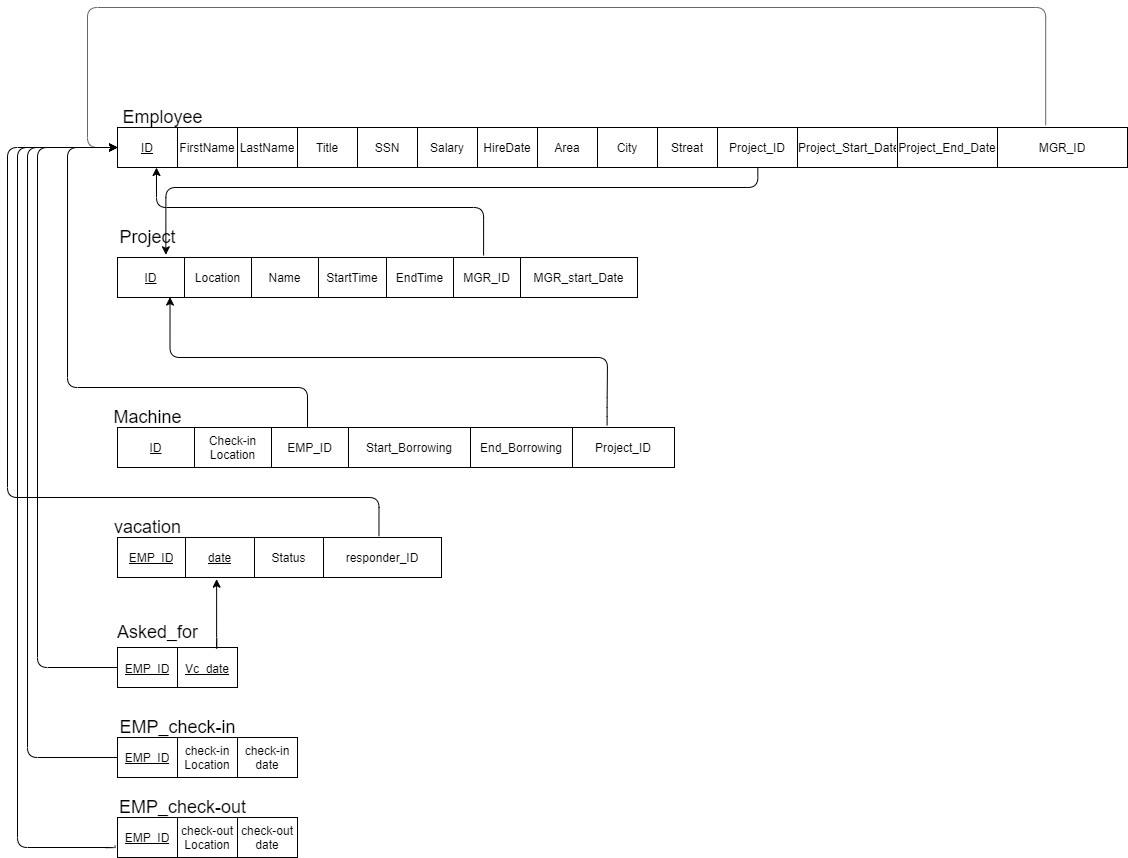
Before: schema.png, a diagram exported from draw.io (aymanred121/IGEC-Logging-App-Project). Source tidied: cells renumbered, new cells last; positions are measured from the earlier drawing's top-left corner, leaving out a move shared by most shapes.
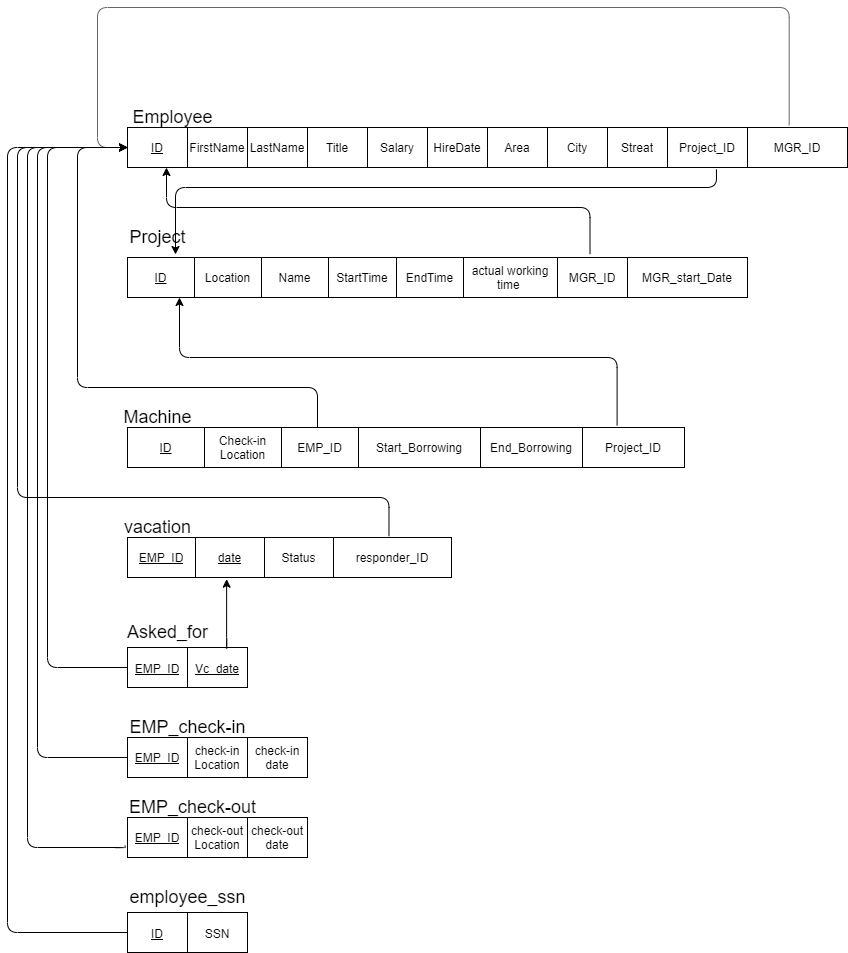
Later version of the same file.

Commit message:
schema waiting to be reviewed (BCNF)

Diff of the diagram source:
```diff
@@ -2,11 +2,11 @@
   <root>
     <mxCell id="0" />
     <mxCell id="1" parent="0" />
-    <mxCell id="2" style="shape=table;startSize=0;" parent="1" vertex="1">
-      <mxGeometry x="110" y="120" width="1010" height="40" as="geometry" />
+    <mxCell id="2" style="shape=table;startSize=0;fillColor=default;strokeColor=default;fontColor=default;" parent="1" vertex="1">
+      <mxGeometry x="110" y="120" width="720" height="40" as="geometry" />
     </mxCell>
     <mxCell id="3" style="shape=partialRectangle;fillColor=none;top=0;left=0;bottom=0;right=0;points=[[0,0.5],[1,0.5]];portConstraint=eastwest;" parent="2" vertex="1">
-      <mxGeometry width="1010" height="40" as="geometry" />
+      <mxGeometry width="720" height="40" as="geometry" />
     </mxCell>
     <mxCell id="4" value="&lt;u&gt;ID&lt;/u&gt;" style="shape=partialRectangle;html=1;whiteSpace=wrap;overflow=hidden;fillColor=none;top=0;left=0;bottom=0;right=0;" parent="3" vertex="1">
       <mxGeometry width="60" height="40" as="geometry" />
@@ -20,40 +20,31 @@
     <mxCell id="7" value="Title" style="shape=partialRectangle;html=1;whiteSpace=wrap;overflow=hidden;fillColor=none;top=0;left=0;bottom=0;right=0;" parent="3" vertex="1">
       <mxGeometry x="180" width="60" height="40" as="geometry" />
     </mxCell>
-    <mxCell id="8" value="SSN" style="shape=partialRectangle;html=1;whiteSpace=wrap;overflow=hidden;fillColor=none;top=0;left=0;bottom=0;right=0;" parent="3" vertex="1">
-      <mxGeometry x="240" width="60" height="40" as="geometry" />
-    </mxCell>
     <mxCell id="9" value="Salary" style="shape=partialRectangle;html=1;whiteSpace=wrap;overflow=hidden;fillColor=none;top=0;left=0;bottom=0;right=0;" parent="3" vertex="1">
-      <mxGeometry x="300" width="60" height="40" as="geometry" />
+      <mxGeometry x="240" width="60" height="40" as="geometry" />
     </mxCell>
     <mxCell id="10" value="HireDate" style="shape=partialRectangle;html=1;whiteSpace=wrap;overflow=hidden;fillColor=none;top=0;left=0;bottom=0;right=0;" parent="3" vertex="1">
-      <mxGeometry x="360" width="60" height="40" as="geometry" />
+      <mxGeometry x="300" width="60" height="40" as="geometry" />
     </mxCell>
     <mxCell id="11" value="Area" style="shape=partialRectangle;html=1;whiteSpace=wrap;overflow=hidden;fillColor=none;top=0;left=0;bottom=0;right=0;" parent="3" vertex="1">
-      <mxGeometry x="420" width="60" height="40" as="geometry" />
+      <mxGeometry x="360" width="60" height="40" as="geometry" />
     </mxCell>
     <mxCell id="12" value="City" style="shape=partialRectangle;html=1;whiteSpace=wrap;overflow=hidden;fillColor=none;top=0;left=0;bottom=0;right=0;" parent="3" vertex="1">
-      <mxGeometry x="480" width="60" height="40" as="geometry" />
+      <mxGeometry x="420" width="60" height="40" as="geometry" />
     </mxCell>
     <mxCell id="13" value="Streat" style="shape=partialRectangle;html=1;whiteSpace=wrap;overflow=hidden;fillColor=none;top=0;left=0;bottom=0;right=0;" parent="3" vertex="1">
-      <mxGeometry x="540" width="60" height="40" as="geometry" />
+      <mxGeometry x="480" width="60" height="40" as="geometry" />
     </mxCell>
     <mxCell id="14" value="Project_ID" style="shape=partialRectangle;html=1;whiteSpace=wrap;overflow=hidden;fillColor=none;top=0;left=0;bottom=0;right=0;" parent="3" vertex="1">
-      <mxGeometry x="600" width="80" height="40" as="geometry" />
+      <mxGeometry x="540" width="80" height="40" as="geometry" />
     </mxCell>
-    <mxCell id="15" value="Project_Start_Date" style="shape=partialRectangle;html=1;whiteSpace=wrap;overflow=hidden;fillColor=none;top=0;left=0;bottom=0;right=0;" parent="3" vertex="1">
-      <mxGeometry x="680" width="100" height="40" as="geometry" />
-    </mxCell>
-    <mxCell id="16" value="Project_End_Date" style="shape=partialRectangle;html=1;whiteSpace=wrap;overflow=hidden;fillColor=none;top=0;left=0;bottom=0;right=0;" parent="3" vertex="1">
-      <mxGeometry x="780" width="100" height="40" as="geometry" />
-    </mxCell>
     <mxCell id="17" value="MGR_ID" style="shape=partialRectangle;html=1;whiteSpace=wrap;overflow=hidden;fillColor=none;top=0;left=0;bottom=0;right=0;" parent="3" vertex="1">
-      <mxGeometry x="880" width="130" height="40" as="geometry" />
+      <mxGeometry x="620" width="100" height="40" as="geometry" />
     </mxCell>
     <mxCell id="18" style="edgeStyle=segmentEdgeStyle;endArrow=classic;html=1;strokeColor=#666666;strokeWidth=1;labelBackgroundColor=default;fontColor=default;fillColor=#f5f5f5;exitX=0.919;exitY=-0.055;exitDx=0;exitDy=0;exitPerimeter=0;entryX=0;entryY=0.5;entryDx=0;entryDy=0;" parent="2" edge="1" source="3" target="3">
       <mxGeometry relative="1" as="geometry">
         <Array as="points">
-          <mxPoint x="928" y="-120" />
+          <mxPoint x="662" y="-120" />
           <mxPoint x="-30" y="-120" />
           <mxPoint x="-30" y="20" />
         </Array>
@@ -62,11 +53,11 @@
     <mxCell id="19" value="&lt;font style=&quot;font-size: 18px&quot;&gt;Employee&lt;/font&gt;" style="text;html=1;align=center;verticalAlign=middle;strokeColor=none;fontColor=default;" parent="1" vertex="1">
       <mxGeometry x="105" y="100" width="100" height="20" as="geometry" />
     </mxCell>
-    <mxCell id="20" style="shape=table;startSize=0;" parent="1" vertex="1">
-      <mxGeometry x="110" y="250" width="520" height="40" as="geometry" />
+    <mxCell id="20" style="shape=table;startSize=0;fillColor=default;strokeColor=default;fontColor=default;" parent="1" vertex="1">
+      <mxGeometry x="110" y="250" width="620" height="40" as="geometry" />
     </mxCell>
     <mxCell id="21" style="shape=partialRectangle;fillColor=none;top=0;left=0;bottom=0;right=0;points=[[0,0.5],[1,0.5]];portConstraint=eastwest;" parent="20" vertex="1">
-      <mxGeometry width="520" height="40" as="geometry" />
+      <mxGeometry width="620" height="40" as="geometry" />
     </mxCell>
     <mxCell id="22" value="&lt;u&gt;ID&lt;/u&gt;" style="shape=partialRectangle;html=1;whiteSpace=wrap;overflow=hidden;fillColor=none;top=0;left=0;bottom=0;right=0;" parent="21" vertex="1">
       <mxGeometry width="67" height="40" as="geometry" />
@@ -80,14 +71,17 @@
     <mxCell id="25" value="StartTime" style="shape=partialRectangle;html=1;whiteSpace=wrap;overflow=hidden;fillColor=none;top=0;left=0;bottom=0;right=0;" parent="21" vertex="1">
       <mxGeometry x="201" width="68" height="40" as="geometry" />
     </mxCell>
-    <mxCell id="26" value="EndTime" style="shape=partialRectangle;html=1;whiteSpace=wrap;overflow=hidden;fillColor=none;top=0;left=0;bottom=0;right=0;" parent="21" vertex="1">
+    <mxCell id="26" value="EndTime" style="shape=partialRectangle;html=1;whiteSpace=wrap;overflow=hidden;fillColor=none;top=0;left=0;bottom=0;right=0;strokeColor=default;fontColor=default;" parent="21" vertex="1">
       <mxGeometry x="269" width="67" height="40" as="geometry" />
     </mxCell>
+    <mxCell id="72" value="actual working time&amp;nbsp;" style="shape=partialRectangle;html=1;whiteSpace=wrap;overflow=hidden;fillColor=none;top=0;left=0;bottom=0;right=0;" parent="21" vertex="1">
+      <mxGeometry x="336" width="94" height="40" as="geometry" />
+    </mxCell>
     <mxCell id="27" value="MGR_ID" style="shape=partialRectangle;html=1;whiteSpace=wrap;overflow=hidden;fillColor=none;top=0;left=0;bottom=0;right=0;" parent="21" vertex="1">
-      <mxGeometry x="336" width="67" height="40" as="geometry" />
+      <mxGeometry x="430" width="70" height="40" as="geometry" />
     </mxCell>
     <mxCell id="28" value="MGR_start_Date" style="shape=partialRectangle;html=1;whiteSpace=wrap;overflow=hidden;fillColor=none;top=0;left=0;bottom=0;right=0;" parent="21" vertex="1">
-      <mxGeometry x="403" width="117" height="40" as="geometry" />
+      <mxGeometry x="500" width="120" height="40" as="geometry" />
     </mxCell>
     <mxCell id="29" value="&lt;font style=&quot;font-size: 18px&quot;&gt;Project&lt;/font&gt;" style="text;html=1;align=center;verticalAlign=middle;strokeColor=none;fontColor=default;" parent="1" vertex="1">
       <mxGeometry x="105" y="220" width="70" height="20" as="geometry" />
@@ -119,11 +113,11 @@
     <mxCell id="38" value="&lt;font style=&quot;font-size: 18px&quot;&gt;Machine&lt;/font&gt;" style="text;html=1;align=center;verticalAlign=middle;strokeColor=none;" parent="1" vertex="1">
       <mxGeometry x="100" y="400" width="80" height="20" as="geometry" />
     </mxCell>
-    <mxCell id="39" style="edgeStyle=segmentEdgeStyle;endArrow=classic;html=1;strokeColor=#000000;strokeWidth=1;exitX=0.704;exitY=-0.05;exitDx=0;exitDy=0;exitPerimeter=0;labelBackgroundColor=default;fontColor=default;" parent="1" edge="1" source="21">
+    <mxCell id="39" style="edgeStyle=segmentEdgeStyle;endArrow=classic;html=1;strokeColor=#000000;strokeWidth=1;exitX=0.746;exitY=-0.085;exitDx=0;exitDy=0;exitPerimeter=0;labelBackgroundColor=default;fontColor=default;" parent="1" edge="1" source="21">
       <mxGeometry relative="1" as="geometry">
         <mxPoint x="149" y="160" as="targetPoint" />
         <Array as="points">
-          <mxPoint x="476" y="200" />
+          <mxPoint x="573" y="200" />
           <mxPoint x="149" y="200" />
         </Array>
       </mxGeometry>
@@ -137,20 +131,21 @@
         </Array>
       </mxGeometry>
     </mxCell>
-    <mxCell id="41" style="edgeStyle=segmentEdgeStyle;endArrow=classic;html=1;strokeColor=#000000;strokeWidth=1;exitX=0.879;exitY=-0.054;exitDx=0;exitDy=0;exitPerimeter=0;entryX=0.101;entryY=0.989;entryDx=0;entryDy=0;entryPerimeter=0;" parent="1" edge="1" source="31" target="21">
+    <mxCell id="41" style="edgeStyle=segmentEdgeStyle;endArrow=classic;html=1;strokeColor=#000000;strokeWidth=1;exitX=0.879;exitY=-0.054;exitDx=0;exitDy=0;exitPerimeter=0;labelBackgroundColor=default;fontColor=default;" parent="1" edge="1" source="31">
       <mxGeometry relative="1" as="geometry">
+        <mxPoint x="162" y="290" as="targetPoint" />
         <Array as="points">
-          <mxPoint x="600" y="400" />
-          <mxPoint x="600" y="380" />
           <mxPoint x="600" y="350" />
           <mxPoint x="162" y="350" />
+          <mxPoint x="162" y="290" />
         </Array>
       </mxGeometry>
     </mxCell>
-    <mxCell id="42" style="edgeStyle=segmentEdgeStyle;endArrow=classic;html=1;strokeColor=#000000;strokeWidth=1;entryX=0.093;entryY=-0.068;entryDx=0;entryDy=0;entryPerimeter=0;labelBackgroundColor=default;fontColor=default;exitX=0.634;exitY=0.989;exitDx=0;exitDy=0;exitPerimeter=0;" parent="1" edge="1" source="3" target="21">
+    <mxCell id="42" style="edgeStyle=segmentEdgeStyle;endArrow=classic;html=1;strokeColor=#000000;strokeWidth=1;labelBackgroundColor=default;fontColor=default;exitX=0.818;exitY=1.045;exitDx=0;exitDy=0;exitPerimeter=0;" parent="1" edge="1" source="3">
       <mxGeometry relative="1" as="geometry">
+        <mxPoint x="158" y="247" as="targetPoint" />
         <Array as="points">
-          <mxPoint x="750" y="180" />
+          <mxPoint x="699" y="180" />
           <mxPoint x="158" y="180" />
         </Array>
       </mxGeometry>
@@ -268,5 +263,28 @@
         </Array>
       </mxGeometry>
     </mxCell>
+    <mxCell id="73" value="employee_ssn" style="text;html=1;align=center;verticalAlign=middle;strokeColor=none;fillColor=none;fontSize=18;fontColor=default;" parent="1" vertex="1">
+      <mxGeometry x="105" y="875" width="130" height="30" as="geometry" />
+    </mxCell>
+    <mxCell id="74" style="shape=table;startSize=0;fontSize=18;fontColor=default;strokeColor=default;fillColor=default;" parent="1" vertex="1">
+      <mxGeometry x="110" y="905" width="120" height="40" as="geometry" />
+    </mxCell>
+    <mxCell id="75" style="shape=partialRectangle;fillColor=none;top=0;left=0;bottom=0;right=0;points=[[0,0.5],[1,0.5]];portConstraint=eastwest;fontSize=18;fontColor=default;strokeColor=default;" parent="74" vertex="1">
+      <mxGeometry width="120" height="40" as="geometry" />
+    </mxCell>
+    <mxCell id="76" value="&lt;u style=&quot;font-size: 12px&quot;&gt;ID&lt;/u&gt;" style="shape=partialRectangle;html=1;whiteSpace=wrap;overflow=hidden;fillColor=none;top=0;left=0;bottom=0;right=0;fontSize=18;fontColor=default;strokeColor=default;" parent="75" vertex="1">
+      <mxGeometry width="60" height="40" as="geometry" />
+    </mxCell>
+    <mxCell id="8" value="&lt;span style=&quot;font-size: 12px&quot;&gt;SSN&lt;/span&gt;" style="shape=partialRectangle;html=1;whiteSpace=wrap;overflow=hidden;fillColor=none;top=0;left=0;bottom=0;right=0;fontSize=18;fontColor=default;strokeColor=default;" parent="75" vertex="1">
+      <mxGeometry x="60" width="60" height="40" as="geometry" />
+    </mxCell>
+    <mxCell id="77" style="edgeStyle=segmentEdgeStyle;endArrow=classic;html=1;strokeColor=#000000;strokeWidth=1;labelBackgroundColor=default;fontColor=default;entryX=0;entryY=0.5;entryDx=0;entryDy=0;exitX=0;exitY=0.5;exitDx=0;exitDy=0;" parent="1" edge="1" source="75" target="3">
+      <mxGeometry relative="1" as="geometry">
+        <Array as="points">
+          <mxPoint x="-10" y="925" />
+          <mxPoint x="-10" y="140" />
+        </Array>
+      </mxGeometry>
+    </mxCell>
   </root>
 </mxGraphModel>
```
